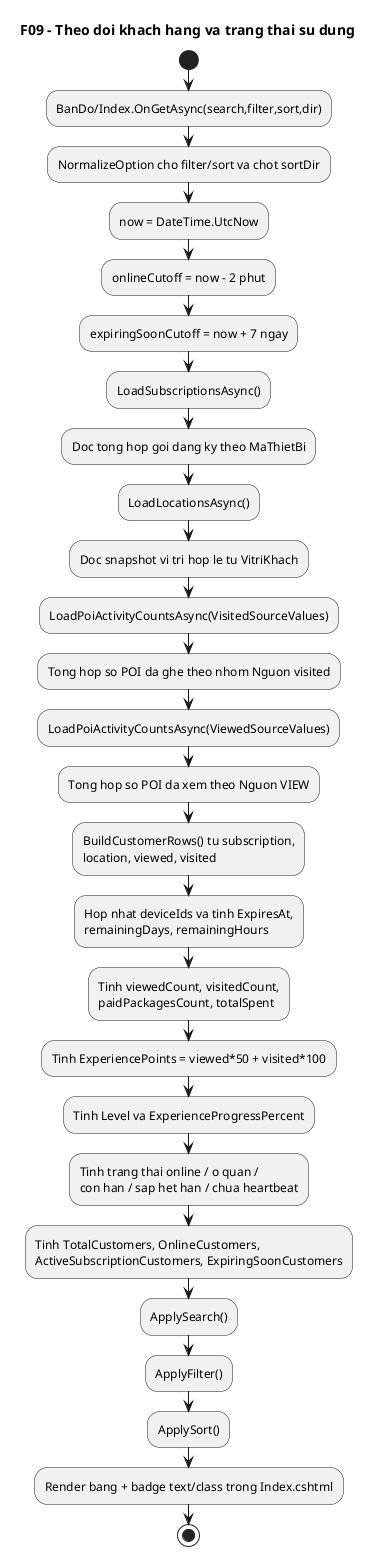
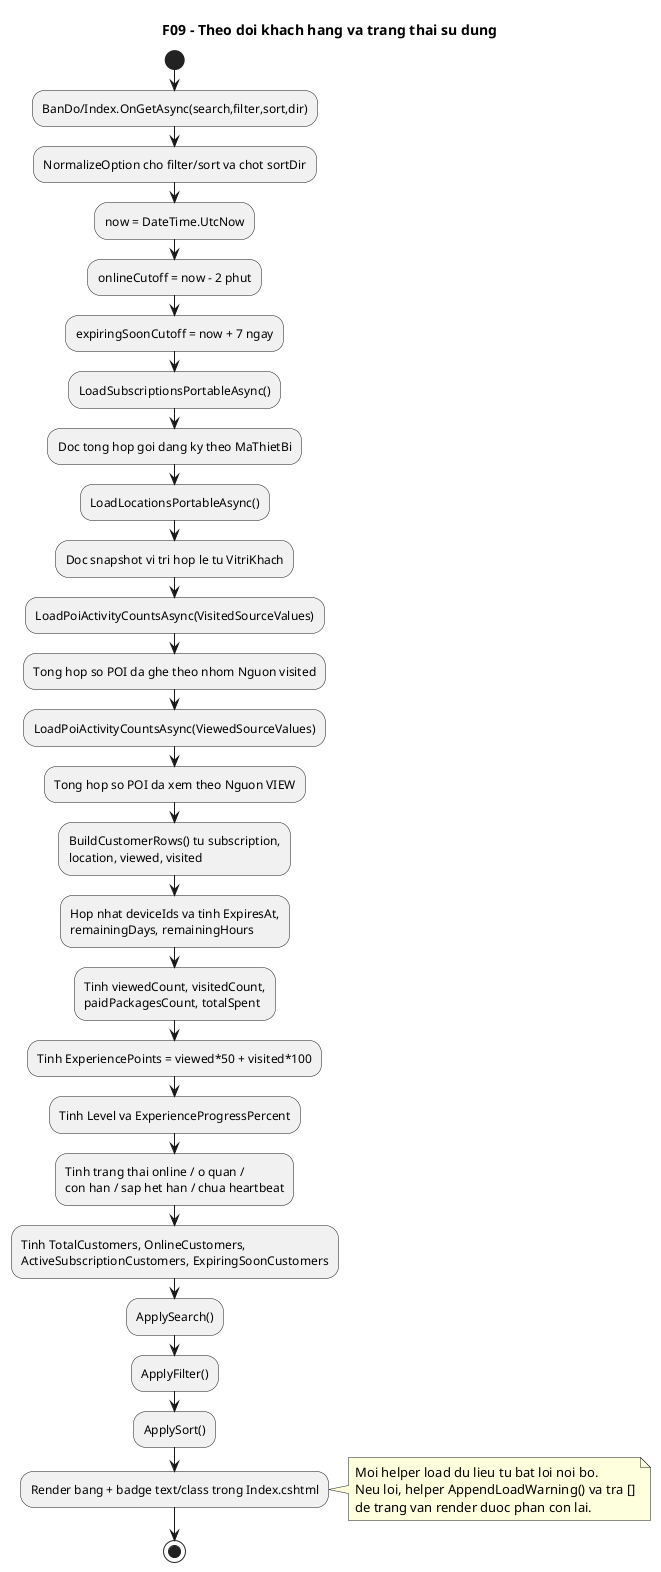
@startuml
' Diagram: F09 - Theo doi khach hang va trang thai su dung (Activity)
' Status: VERIFIED
- ' Baseline: branch master, current worktree @ HEAD 0121e4f
+ ' Baseline: HEAD 8ca9ec7
' Source:
- ' - VinhKhanhTour.CMS/Pages/BanDo/Index.cshtml.cs: OnGetAsync(), LoadSubscriptionsAsync(), LoadLocationsAsync(), LoadPoiActivityCountsAsync(), ExecuteRawReadAsync(), BuildCustomerRows(), ApplySearch(), ApplyFilter(), ApplySort(), DescribeRemaining(), SubscriptionBadgeClass(), ActivityBadgeClass(), ActivityBadgeText()
+ ' - VinhKhanhTour.CMS/Pages/BanDo/Index.cshtml.cs: OnGetAsync(), LoadSubscriptionsPortableAsync(), LoadLocationsPortableAsync(), LoadPoiActivityCountsAsync(), BuildCustomerRows(), ApplySearch(), ApplyFilter(), ApplySort(), DescribeRemaining(), SubscriptionBadgeClass(), ActivityBadgeClass(), ActivityBadgeText()
' - VinhKhanhTour.CMS/Pages/BanDo/Index.cshtml
' - VinhKhanhTour.API/Models/DangKyApp.cs
' - VinhKhanhTour.API/Models/VitriKhach.cs
' - VinhKhanhTour.API/Models/LichSuPhat.cs
- ' Note: Da sync theo BanDo hien tai: render server-side, helper doc du lieu co timeout/retry, chi lay toa do trong vung phuc vu va khac 0/0, filter/sort, tinh XP/level, va helper badge/remaining moi.
+ ' Note: Da sync theo BanDo hien tai: render server-side, helper portable EF la luong chinh, chi lay toa do trong vung phuc vu va khac 0/0, filter/sort, tinh XP/level, va helper badge/remaining.
title F09 - Theo doi khach hang va trang thai su dung
start
:BanDo/Index.OnGetAsync(search,filter,sort,dir);
:NormalizeOption cho filter/sort va chot sortDir;
:now = DateTime.UtcNow;
:onlineCutoff = now - 2 phut;
:expiringSoonCutoff = now + 7 ngay;
- :LoadSubscriptionsAsync();
+ :LoadSubscriptionsPortableAsync();
:Doc tong hop goi dang ky theo MaThietBi;
- :LoadLocationsAsync();
+ :LoadLocationsPortableAsync();
:Doc snapshot vi tri hop le tu VitriKhach;
:LoadPoiActivityCountsAsync(VisitedSourceValues);
:Tong hop so POI da ghe theo nhom Nguon visited;
:LoadPoiActivityCountsAsync(ViewedSourceValues);
:Tong hop so POI da xem theo Nguon VIEW;
:BuildCustomerRows() tu subscription,\nlocation, viewed, visited;
:Hop nhat deviceIds va tinh ExpiresAt,\nremainingDays, remainingHours;
:Tinh viewedCount, visitedCount,\npaidPackagesCount, totalSpent;
:Tinh ExperiencePoints = viewed*50 + visited*100;
:Tinh Level va ExperienceProgressPercent;
:Tinh trang thai online / o quan /\ncon han / sap het han / chua heartbeat;
:Tinh TotalCustomers, OnlineCustomers,\nActiveSubscriptionCustomers, ExpiringSoonCustomers;
:ApplySearch();
:ApplyFilter();
:ApplySort();
:Render bang + badge text/class trong Index.cshtml;
+ note right
+   Moi helper load du lieu tu bat loi noi bo.
+   Neu loi, helper AppendLoadWarning() va tra []
+   de trang van render duoc phan con lai.
+ end note

stop
@enduml
